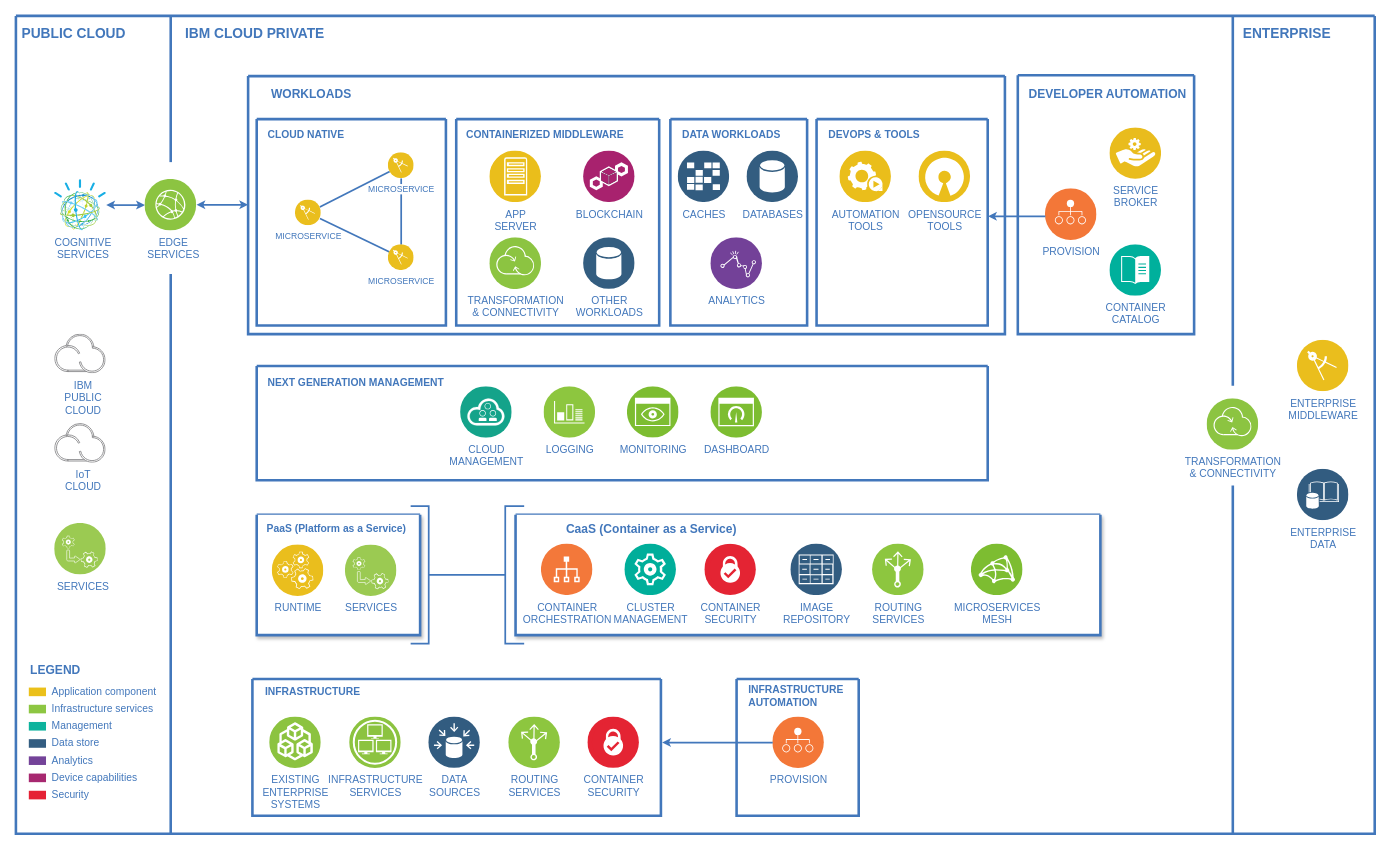
Above: doc/未命名绘图.drawio in StrikeNull/MyTest (draw.io), before the change. Source tidied: cells renumbered, new cells numbered last; positions are measured from the earlier drawing's top-left corner, leaving out a move shared by most shapes. Both pictures are drawn from the tidied source at 86%, with x=0, y=0 at pixel (15, 15).
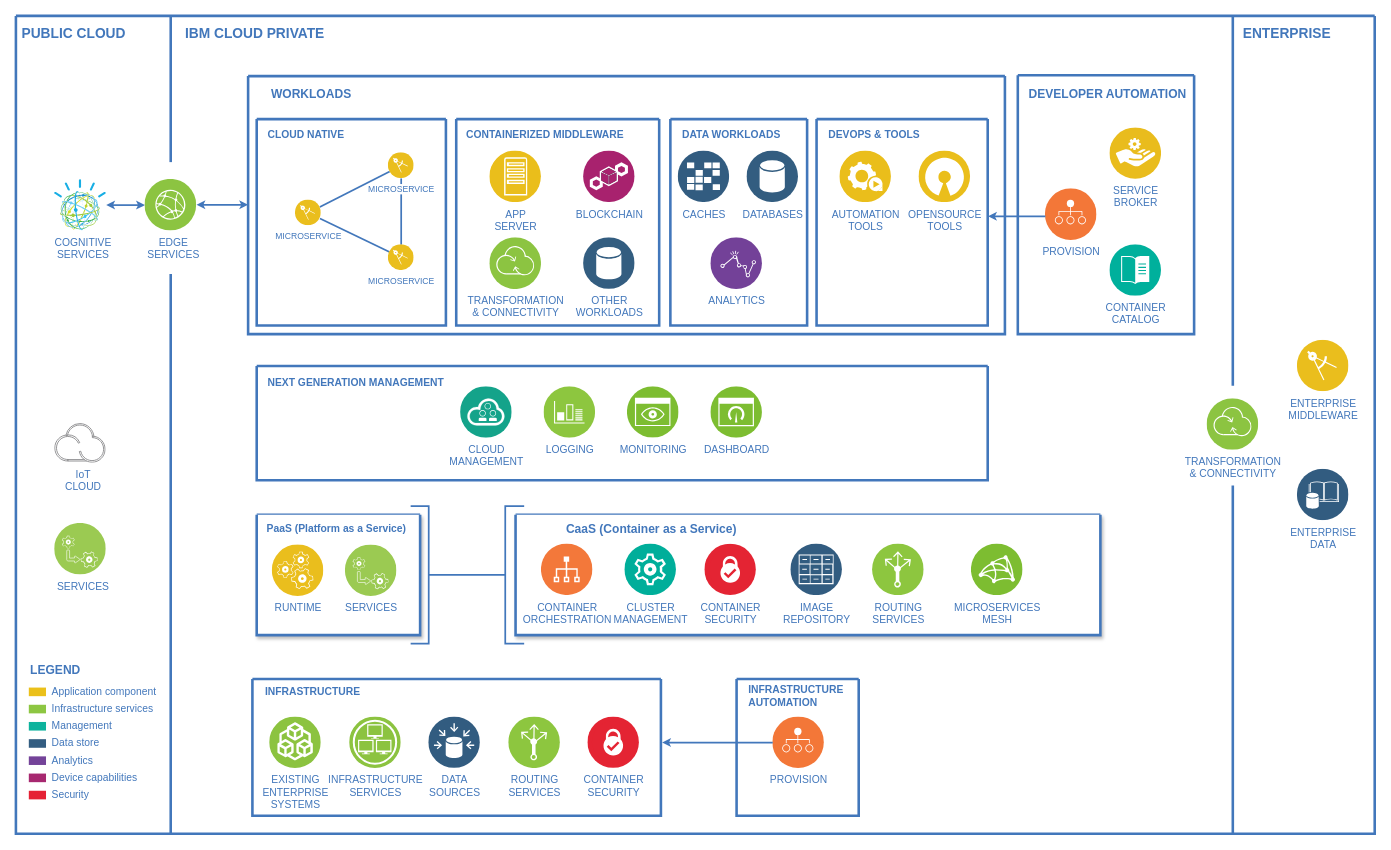
The same page after the edit.

Commit message:
更新未命名绘图.drawio

The change refers to these unchanged cells:
```xml
<mxCell id="2" style="swimlane;shadow=0;strokeColor=#4277BB;fillColor=#ffffff;fontColor=none;align=right;startSize=0;noLabel=1;strokeWidth=3;" parent="1" vertex="1">
  <mxGeometry width="1580" height="951" as="geometry" />
</mxCell>
```

The edit, as a diff of the source:
```diff
@@
-    <mxCell id="57" value="IBM&lt;div&gt;PUBLIC&lt;/div&gt;&lt;div&gt;CLOUD&lt;/div&gt;" style="perimeter=ellipsePerimeter;html=1;align=center;shadow=0;image;image=img/lib/ibm/miscellaneous/ibm_public_cloud.svg;labelBackgroundColor=none;strokeColor=none;strokeWidth=2;fillColor=#808080;gradientColor=none;fontSize=12;fontColor=#4277BB;rounded=0;verticalAlign=top;spacingLeft=5;" parent="2" vertex="1">
-      <mxGeometry x="45" y="370" width="60" height="46" as="geometry" />
-    </mxCell>
```
